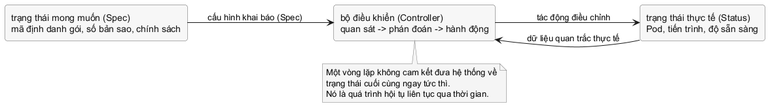
This is assets/diagrams/reconciliation-loop.png from Minhlike/Golang, a PlantUML export, as it was before one commit.
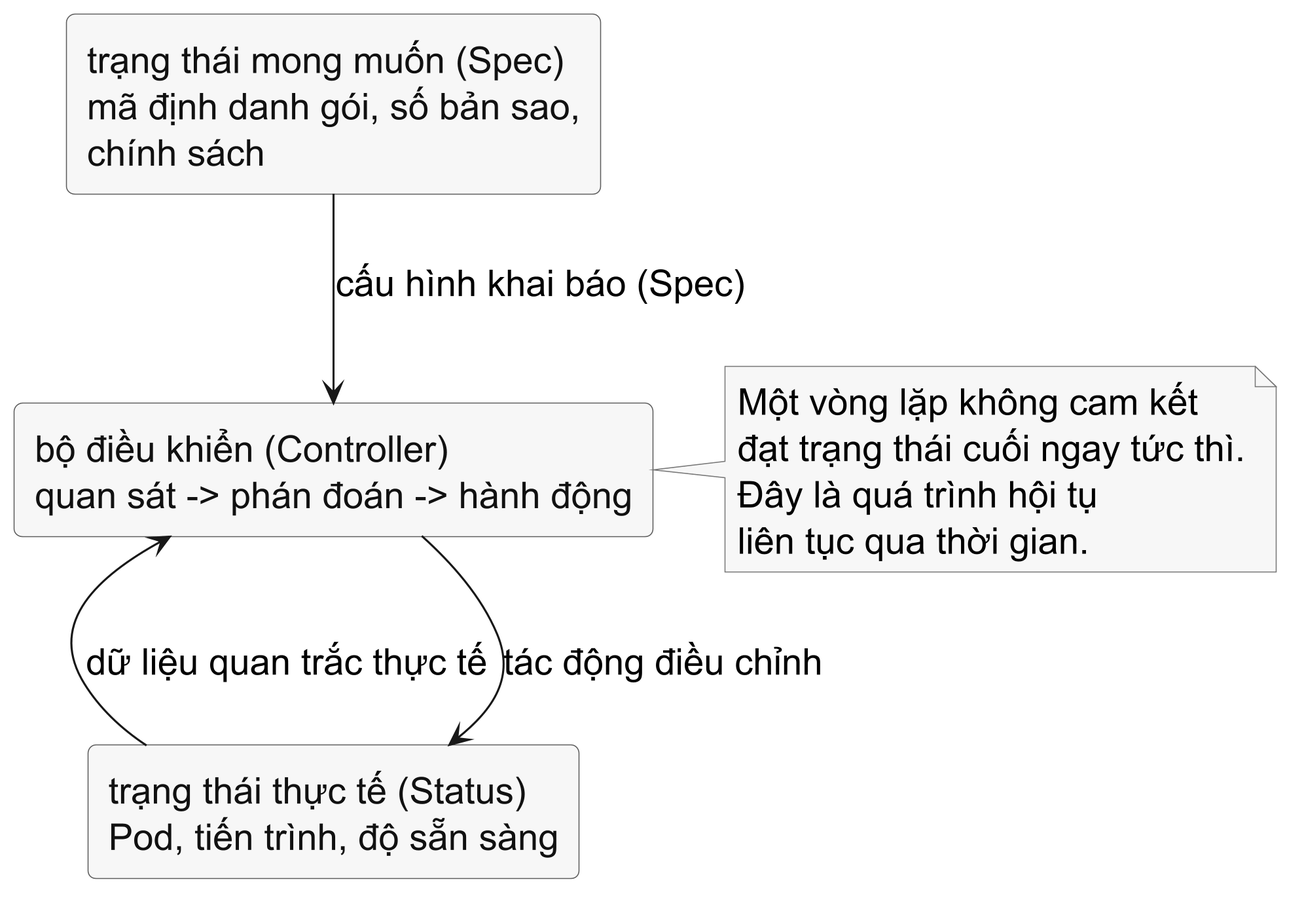
Later version of the same file.

The edit, as a diff of the source:
```diff
@@ -1,7 +1,9 @@
 @startuml
-left to right direction
+skinparamlocked dpi 300
+top to bottom direction
 skinparam shadowing false
 skinparam defaultFontName "Source Sans 3"
+skinparam defaultFontSize 18
 skinparam rectangle {
   BackgroundColor #F7F7F7
   BorderColor #5D5D5D
@@ -13,17 +15,18 @@
   BorderColor #777777
 }
 
-rectangle "trạng thái mong muốn (Spec)\nmã định danh gói, số bản sao, chính sách" as desired
+rectangle "trạng thái mong muốn (Spec)\nmã định danh gói, số bản sao,\nchính sách" as desired
 rectangle "bộ điều khiển (Controller)\nquan sát -> phán đoán -> hành động" as controller
 rectangle "trạng thái thực tế (Status)\nPod, tiến trình, độ sẵn sàng" as current
 
-desired --> controller : cấu hình khai báo (Spec)
-current --> controller : dữ liệu quan trắc thực tế
-controller --> current : tác động điều chỉnh
+desired -down-> controller : cấu hình khai báo (Spec)
+current -up-> controller : dữ liệu quan trắc thực tế
+controller -down-> current : tác động điều chỉnh
 
-note bottom of controller
-  Một vòng lặp không cam kết đưa hệ thống về
-  trạng thái cuối cùng ngay tức thì.
-  Nó là quá trình hội tụ liên tục qua thời gian.
+note right of controller
+  Một vòng lặp không cam kết
+  đạt trạng thái cuối ngay tức thì.
+  Đây là quá trình hội tụ
+  liên tục qua thời gian.
 end note
 @enduml
```
